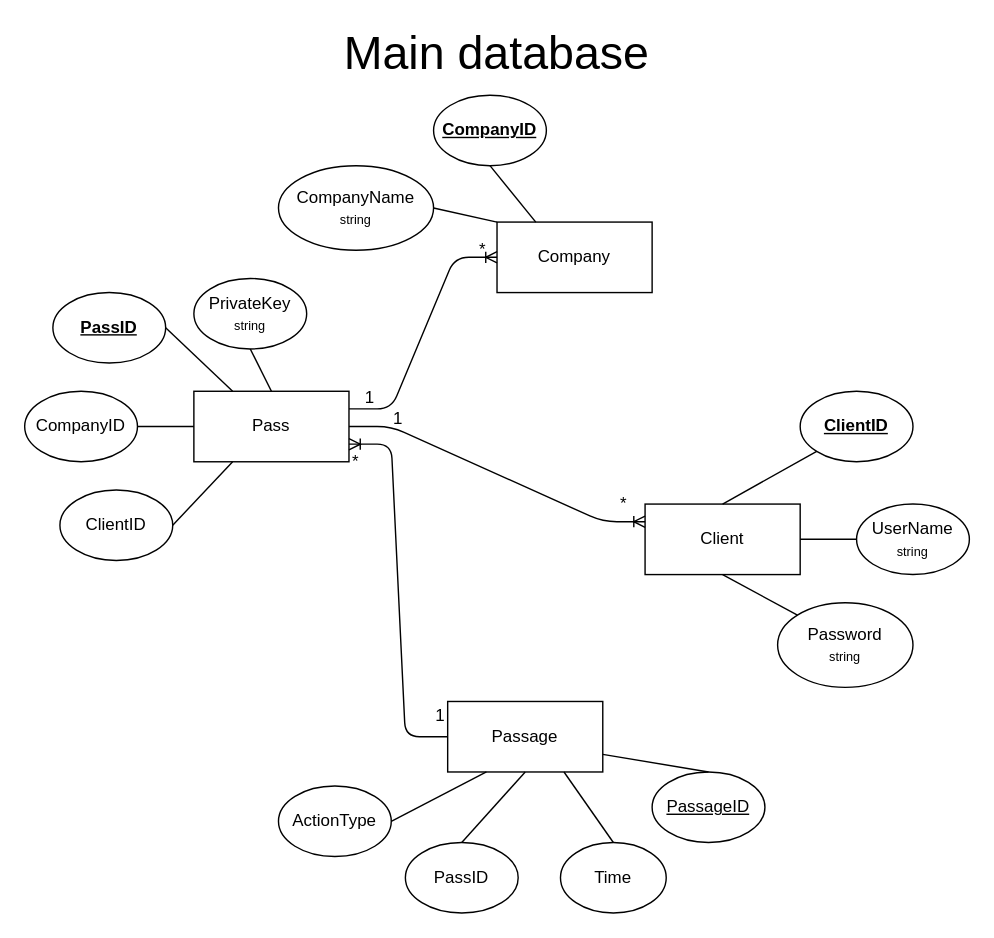
Before: diagrams/databaseModels.drawio in Mon-Keys/MonKeys, a draw.io diagram. Source tidied: cells renumbered, new cells numbered last; positions are measured from the earlier drawing's top-left corner, leaving out a move shared by most shapes. Both pictures are drawn from the tidied source at 141%, with x=0, y=0 at pixel (24, 38).
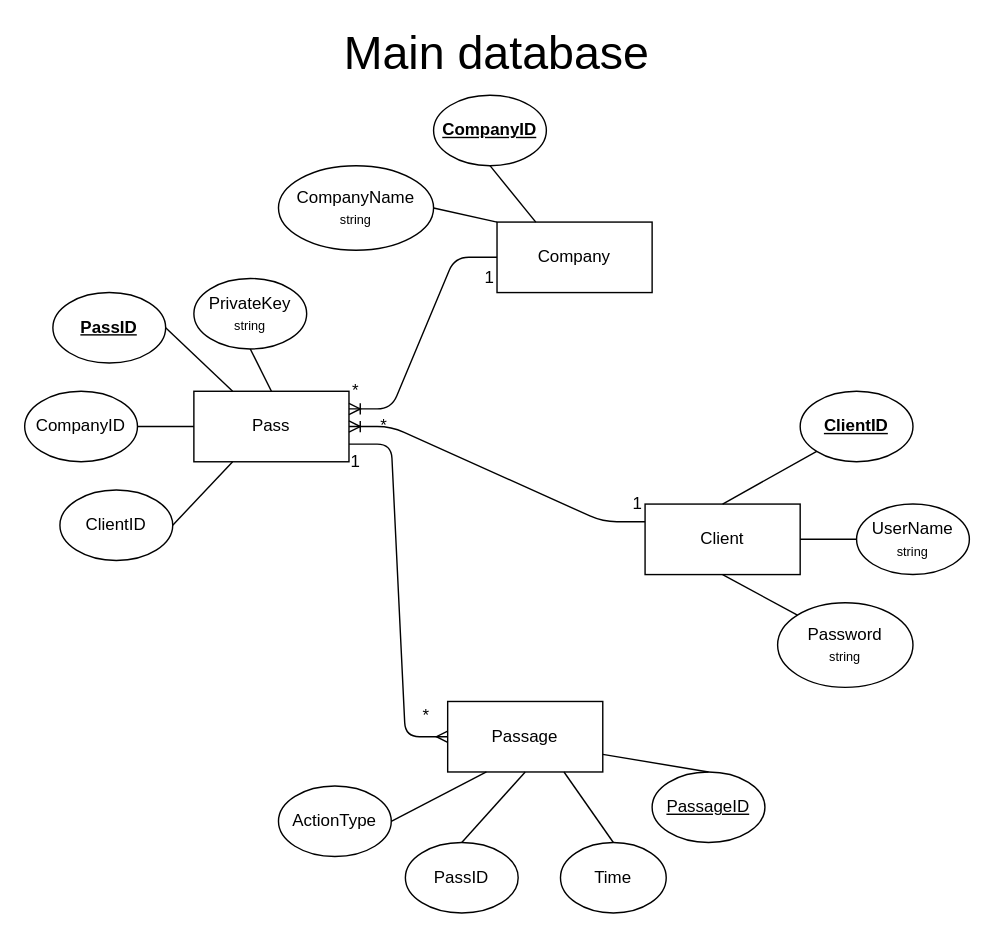
After the change.

The change refers to these unchanged cells:
```xml
<mxCell id="2" value="Pass" style="rounded=0;whiteSpace=wrap;html=1;" parent="1" vertex="1">
  <mxGeometry x="120" y="250" width="110" height="50" as="geometry" />
</mxCell>
<mxCell id="6" value="Company" style="rounded=0;whiteSpace=wrap;html=1;" parent="1" vertex="1">
  <mxGeometry x="335" y="130" width="110" height="50" as="geometry" />
</mxCell>
<mxCell id="8" value="Client" style="rounded=0;whiteSpace=wrap;html=1;" parent="1" vertex="1">
  <mxGeometry x="440" y="330" width="110" height="50" as="geometry" />
</mxCell>
<mxCell id="14" value="Passage" style="rounded=0;whiteSpace=wrap;html=1;" parent="1" vertex="1">
  <mxGeometry x="300" y="470" width="110" height="50" as="geometry" />
</mxCell>
```

The edit, as a diff of the source:
```diff
@@
-    <mxCell id="19" style="edgeStyle=entityRelationEdgeStyle;fontSize=12;html=1;endArrow=ERoneToMany;exitX=1;exitY=0.5;exitDx=0;exitDy=0;entryX=0;entryY=0.25;entryDx=0;entryDy=0;" parent="1" edge="1" source="2" target="8">
+    <mxCell id="19" style="edgeStyle=entityRelationEdgeStyle;fontSize=12;html=1;endArrow=none;exitX=1;exitY=0.5;exitDx=0;exitDy=0;entryX=0;entryY=0.25;entryDx=0;entryDy=0;endFill=0;startArrow=ERoneToMany;startFill=0;" parent="1" edge="1" source="2" target="8">
       <mxGeometry relative="1" as="geometry" />
     </mxCell>
-    <mxCell id="20" style="edgeStyle=entityRelationEdgeStyle;fontSize=12;html=1;endArrow=ERoneToMany;exitX=1;exitY=0.25;exitDx=0;exitDy=0;entryX=0;entryY=0.5;entryDx=0;entryDy=0;" parent="1" edge="1" source="2" target="6">
+    <mxCell id="20" style="edgeStyle=entityRelationEdgeStyle;fontSize=12;html=1;endArrow=none;exitX=1;exitY=0.25;exitDx=0;exitDy=0;entryX=0;entryY=0.5;entryDx=0;entryDy=0;endFill=0;startArrow=ERoneToMany;startFill=0;" parent="1" edge="1" source="2" target="6">
       <mxGeometry relative="1" as="geometry" />
     </mxCell>
-    <mxCell id="21" style="edgeStyle=entityRelationEdgeStyle;fontSize=12;html=1;endArrow=ERoneToMany;entryX=1;entryY=0.75;entryDx=0;entryDy=0;exitX=0;exitY=0.5;exitDx=0;exitDy=0;" parent="1" edge="1" source="14" target="2">
+    <mxCell id="21" style="edgeStyle=entityRelationEdgeStyle;fontSize=12;html=1;endArrow=none;entryX=1;entryY=0.75;entryDx=0;entryDy=0;exitX=0;exitY=0.5;exitDx=0;exitDy=0;startArrow=ERmany;startFill=0;endFill=0;" parent="1" edge="1" source="14" target="2">
       <mxGeometry relative="1" as="geometry" />
     </mxCell>
@@
     <mxCell id="36" value="1" style="text;html=1;strokeColor=none;fillColor=none;align=center;verticalAlign=middle;whiteSpace=wrap;rounded=0;" parent="1" vertex="1">
-      <mxGeometry x="290" y="470" width="10" height="20" as="geometry" />
+      <mxGeometry x="230" y="290" width="10" height="20" as="geometry" />
     </mxCell>
     <mxCell id="37" value="1" style="text;html=1;strokeColor=none;fillColor=none;align=center;verticalAlign=middle;whiteSpace=wrap;rounded=0;" parent="1" vertex="1">
-      <mxGeometry x="240" y="245" width="10" height="20" as="geometry" />
+      <mxGeometry x="325" y="160" width="10" height="20" as="geometry" />
     </mxCell>
     <mxCell id="38" value="*" style="text;html=1;strokeColor=none;fillColor=none;align=center;verticalAlign=middle;whiteSpace=wrap;rounded=0;" parent="1" vertex="1">
-      <mxGeometry x="420" y="320" width="10" height="20" as="geometry" />
+      <mxGeometry x="250" y="265" width="10" height="20" as="geometry" />
     </mxCell>
     <mxCell id="39" value="1" style="text;html=1;strokeColor=none;fillColor=none;align=center;verticalAlign=middle;whiteSpace=wrap;rounded=0;" parent="1" vertex="1">
-      <mxGeometry x="260" y="260" width="10" height="20" as="geometry" />
+      <mxGeometry x="430" y="320" width="10" height="20" as="geometry" />
     </mxCell>
     <mxCell id="40" value="*" style="text;html=1;strokeColor=none;fillColor=none;align=center;verticalAlign=middle;whiteSpace=wrap;rounded=0;" parent="1" vertex="1">
-      <mxGeometry x="320" y="140" width="10" height="20" as="geometry" />
+      <mxGeometry x="230" y="240" width="10" height="20" as="geometry" />
     </mxCell>
     <mxCell id="41" value="*" style="text;html=1;strokeColor=none;fillColor=none;align=center;verticalAlign=middle;whiteSpace=wrap;rounded=0;" parent="1" vertex="1">
-      <mxGeometry x="230" y="290" width="10" height="20" as="geometry" />
+      <mxGeometry x="280" y="470" width="10" height="20" as="geometry" />
     </mxCell>
```
